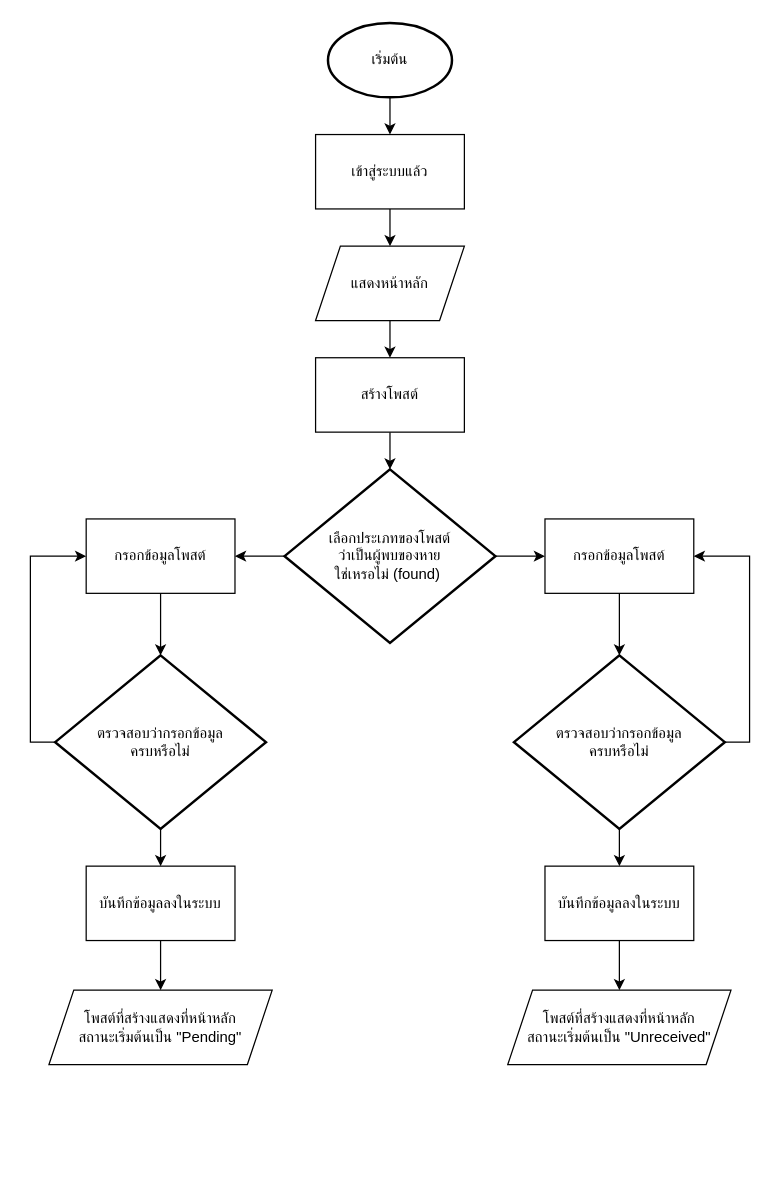
Before: page "สร้างโพสต์" (8 of 19) of Untitled Diagram.drawio in 64160106/projectfinal, a draw.io diagram. Source tidied: cells renumbered, new cells numbered last; positions are measured from the earlier drawing's top-left corner, leaving out a move shared by most shapes. Both pictures are drawn from the tidied source at 124%, with x=0, y=0 at pixel (48, 22).
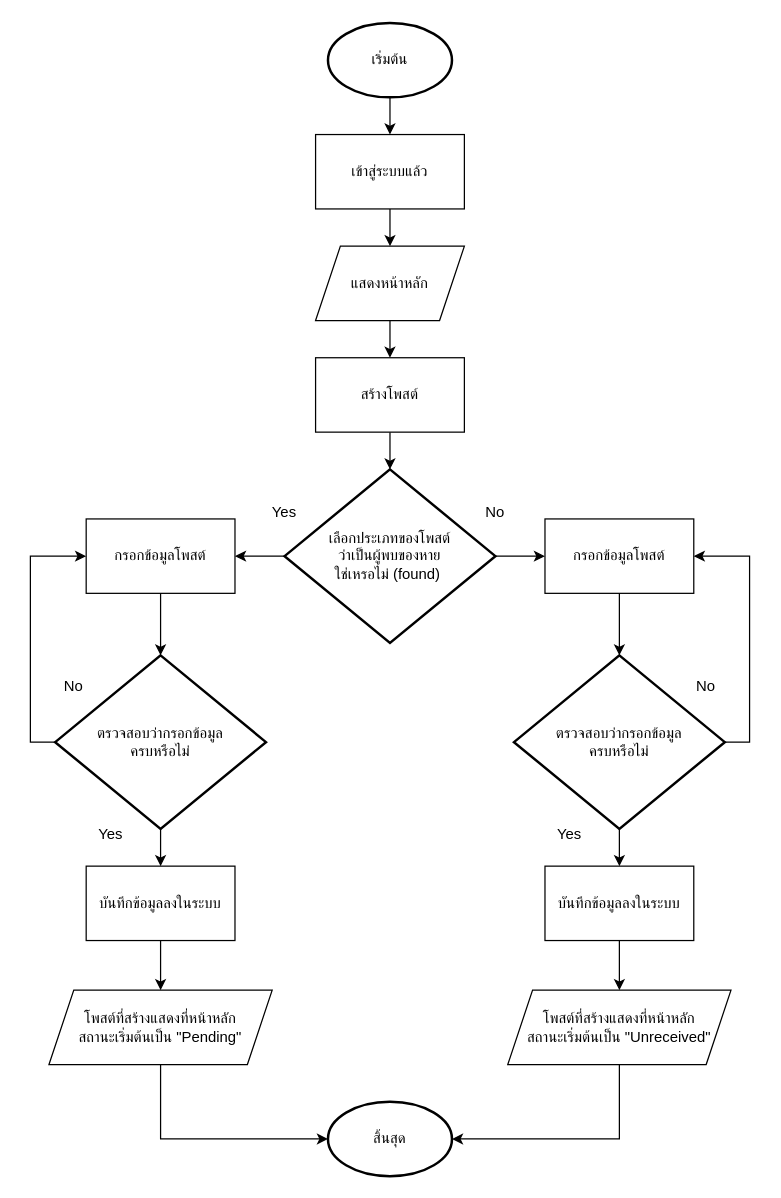
Above is the later version.

The change refers to these unchanged cells:
```xml
<mxCell id="27" value="โพสต์ที่สร้างแสดงที่หน้าหลัก&lt;br&gt;สถานะเริ่มต้นเป็น &quot;Pending&quot;" style="shape=parallelogram;perimeter=parallelogramPerimeter;whiteSpace=wrap;html=1;fixedSize=1;" parent="1" vertex="1">
  <mxGeometry y="780" width="180" height="60" as="geometry" />
</mxCell>
<mxCell id="28" value="โพสต์ที่สร้างแสดงที่หน้าหลัก&lt;br&gt;สถานะเริ่มต้นเป็น &quot;Unreceived&quot;" style="shape=parallelogram;perimeter=parallelogramPerimeter;whiteSpace=wrap;html=1;fixedSize=1;" parent="1" vertex="1">
  <mxGeometry x="370" y="780" width="180" height="60" as="geometry" />
</mxCell>
```

The edit, as a diff of the source:
```diff
@@
+    <mxCell id="29" value="สิ้นสุด" style="strokeWidth=2;html=1;shape=mxgraph.flowchart.start_1;whiteSpace=wrap;" parent="1" vertex="1">
+      <mxGeometry x="225" y="870" width="100" height="60" as="geometry" />
+    </mxCell>
+    <mxCell id="30" style="edgeStyle=orthogonalEdgeStyle;rounded=0;jettySize=auto;html=1;exitX=0.5;exitY=1;exitDx=0;exitDy=0;entryX=0;entryY=0.5;entryDx=0;entryDy=0;entryPerimeter=0;" parent="1" edge="1" source="27" target="29">
+      <mxGeometry relative="1" as="geometry" />
+    </mxCell>
+    <mxCell id="31" style="edgeStyle=orthogonalEdgeStyle;rounded=0;jettySize=auto;html=1;exitX=0.5;exitY=1;exitDx=0;exitDy=0;entryX=1;entryY=0.5;entryDx=0;entryDy=0;entryPerimeter=0;" parent="1" edge="1" source="28" target="29">
+      <mxGeometry relative="1" as="geometry" />
+    </mxCell>
+    <mxCell id="32" value="Yes" style="text;html=1;align=center;verticalAlign=middle;whiteSpace=wrap;rounded=0;" parent="1" vertex="1">
+      <mxGeometry x="160" y="380" width="60" height="30" as="geometry" />
+    </mxCell>
+    <mxCell id="33" value="No" style="text;html=1;align=center;verticalAlign=middle;whiteSpace=wrap;rounded=0;" parent="1" vertex="1">
+      <mxGeometry x="330" y="380" width="60" height="30" as="geometry" />
+    </mxCell>
+    <mxCell id="34" value="Yes" style="text;html=1;align=center;verticalAlign=middle;whiteSpace=wrap;rounded=0;" parent="1" vertex="1">
+      <mxGeometry x="20" y="640" width="60" height="30" as="geometry" />
+    </mxCell>
+    <mxCell id="35" value="No" style="text;html=1;align=center;verticalAlign=middle;whiteSpace=wrap;rounded=0;" parent="1" vertex="1">
+      <mxGeometry x="-10" y="520" width="60" height="30" as="geometry" />
+    </mxCell>
+    <mxCell id="36" value="Yes" style="text;html=1;align=center;verticalAlign=middle;whiteSpace=wrap;rounded=0;" parent="1" vertex="1">
+      <mxGeometry x="390" y="640" width="60" height="30" as="geometry" />
+    </mxCell>
+    <mxCell id="37" value="No" style="text;html=1;align=center;verticalAlign=middle;whiteSpace=wrap;rounded=0;" parent="1" vertex="1">
+      <mxGeometry x="500" y="520" width="60" height="30" as="geometry" />
+    </mxCell>
```
